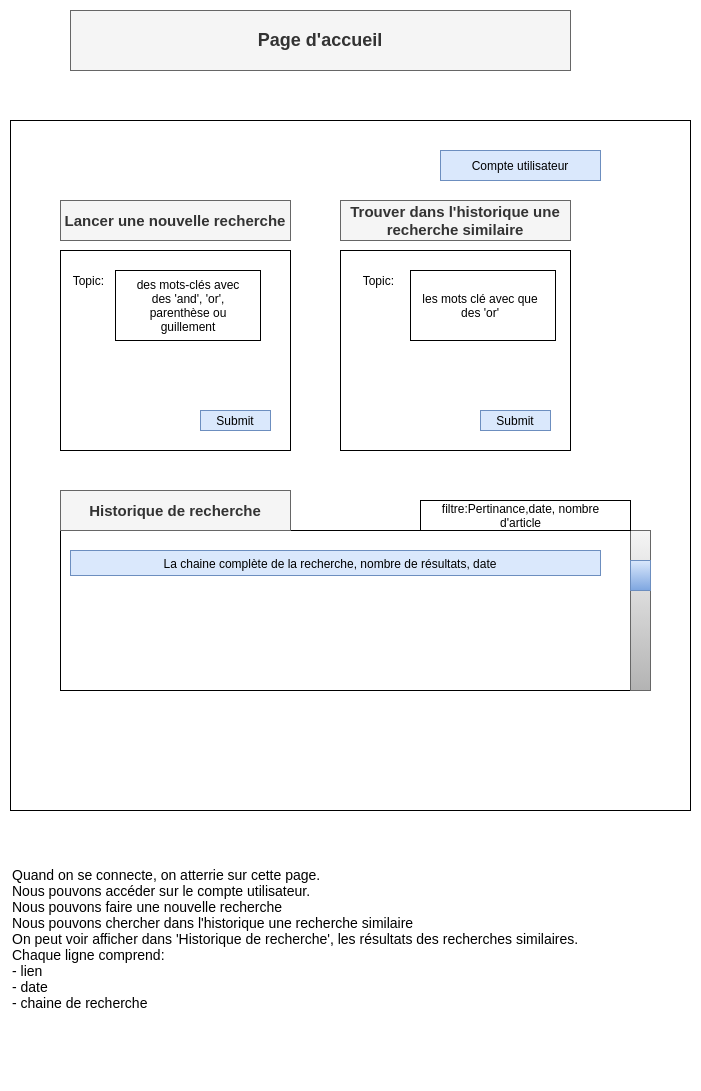
The draw.io diagram documents/Requirements/storyboard/page_accueil.png in khptif/systematic-review-topic, before a commit. Source tidied: cells renumbered, new cells last; positions are measured from the earlier drawing's top-left corner, leaving out a move shared by most shapes.
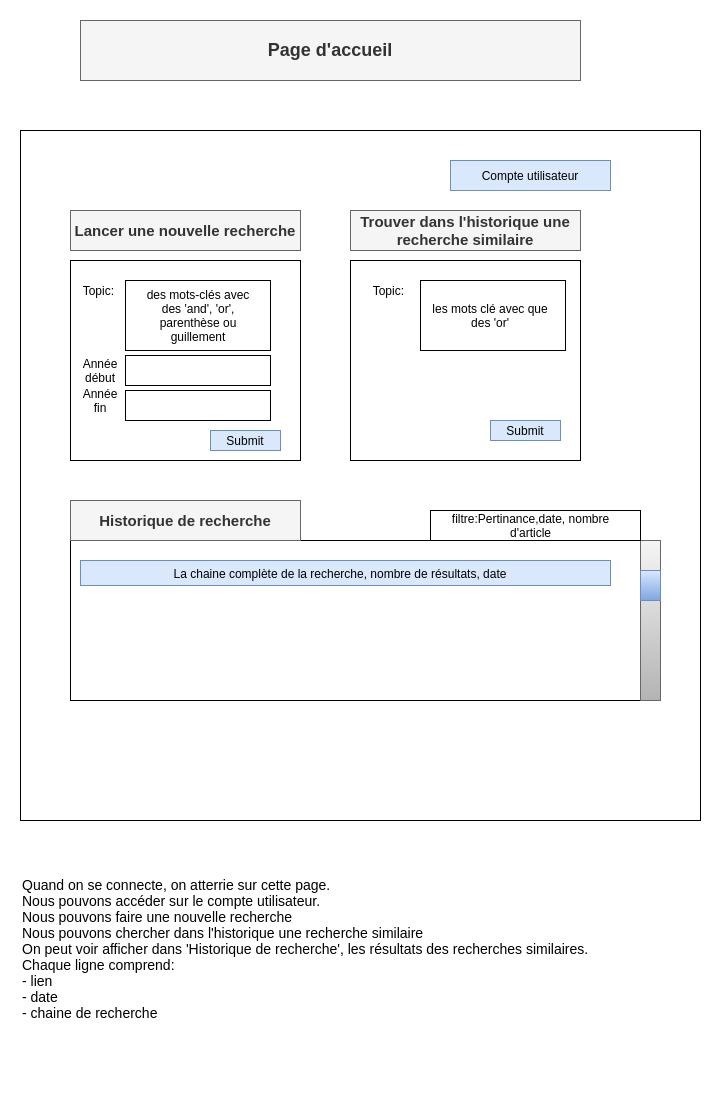
After the change.

Diff of the diagram source:
```diff
@@ -24,7 +24,7 @@
       <mxGeometry x="105" y="260" width="145" height="70" as="geometry" />
     </mxCell>
     <mxCell id="9" value="Submit" style="text;html=1;strokeColor=#6c8ebf;fillColor=#dae8fc;align=center;verticalAlign=middle;whiteSpace=wrap;rounded=0;" parent="1" vertex="1">
-      <mxGeometry x="190" y="400" width="70" height="20" as="geometry" />
+      <mxGeometry x="190" y="410" width="70" height="20" as="geometry" />
     </mxCell>
     <mxCell id="10" value="&lt;span style=&quot;font-size: 15px&quot;&gt;&lt;b&gt;Trouver dans l'historique une recherche similaire&lt;/b&gt;&lt;/span&gt;" style="text;html=1;strokeColor=#666666;fillColor=#f5f5f5;align=center;verticalAlign=middle;whiteSpace=wrap;rounded=0;fontColor=#333333;" parent="1" vertex="1">
       <mxGeometry x="330" y="190" width="230" height="40" as="geometry" />
@@ -74,5 +74,17 @@
     <mxCell id="25" value="filtre:Pertinance,date, nombre d'article" style="text;html=1;strokeColor=none;fillColor=none;align=center;verticalAlign=middle;whiteSpace=wrap;rounded=0;" parent="1" vertex="1">
       <mxGeometry x="410" y="495" width="201" height="20" as="geometry" />
     </mxCell>
+    <mxCell id="26" value="Année début" style="text;html=1;strokeColor=none;fillColor=none;align=center;verticalAlign=middle;whiteSpace=wrap;rounded=0;" parent="1" vertex="1">
+      <mxGeometry x="60" y="340" width="40" height="20" as="geometry" />
+    </mxCell>
+    <mxCell id="27" style="rounded=0;whiteSpace=wrap;html=1;" parent="1" vertex="1">
+      <mxGeometry x="105" y="335" width="145" height="30" as="geometry" />
+    </mxCell>
+    <mxCell id="28" value="Année fin" style="text;html=1;strokeColor=none;fillColor=none;align=center;verticalAlign=middle;whiteSpace=wrap;rounded=0;" parent="1" vertex="1">
+      <mxGeometry x="60" y="370" width="40" height="20" as="geometry" />
+    </mxCell>
+    <mxCell id="29" style="rounded=0;whiteSpace=wrap;html=1;" parent="1" vertex="1">
+      <mxGeometry x="105" y="370" width="145" height="30" as="geometry" />
+    </mxCell>
   </root>
 </mxGraphModel>
```
